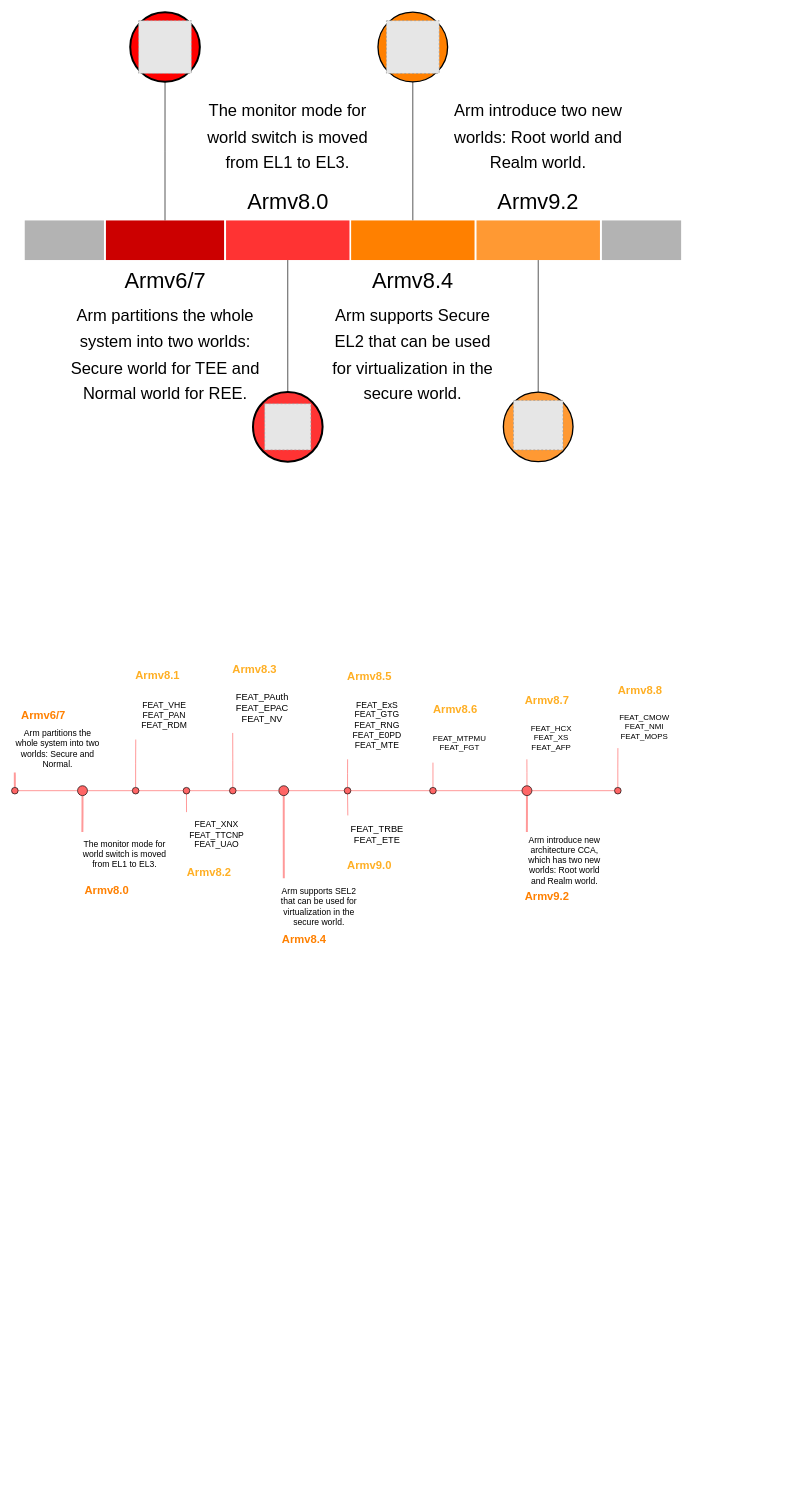
EdisonE3/vue_learn keeps this draw.io diagram as timeline.drawio. Above is the earlier version. Source tidied: cells renumbered, new cells numbered last; positions are measured from the earlier drawing's top-left corner, leaving out a move shared by most shapes. Both pictures are drawn from the tidied source at 66%, with x=0, y=0 at pixel (11, 12). Pictures stored in the file or linked from it are replaced by grey dashed boxes.
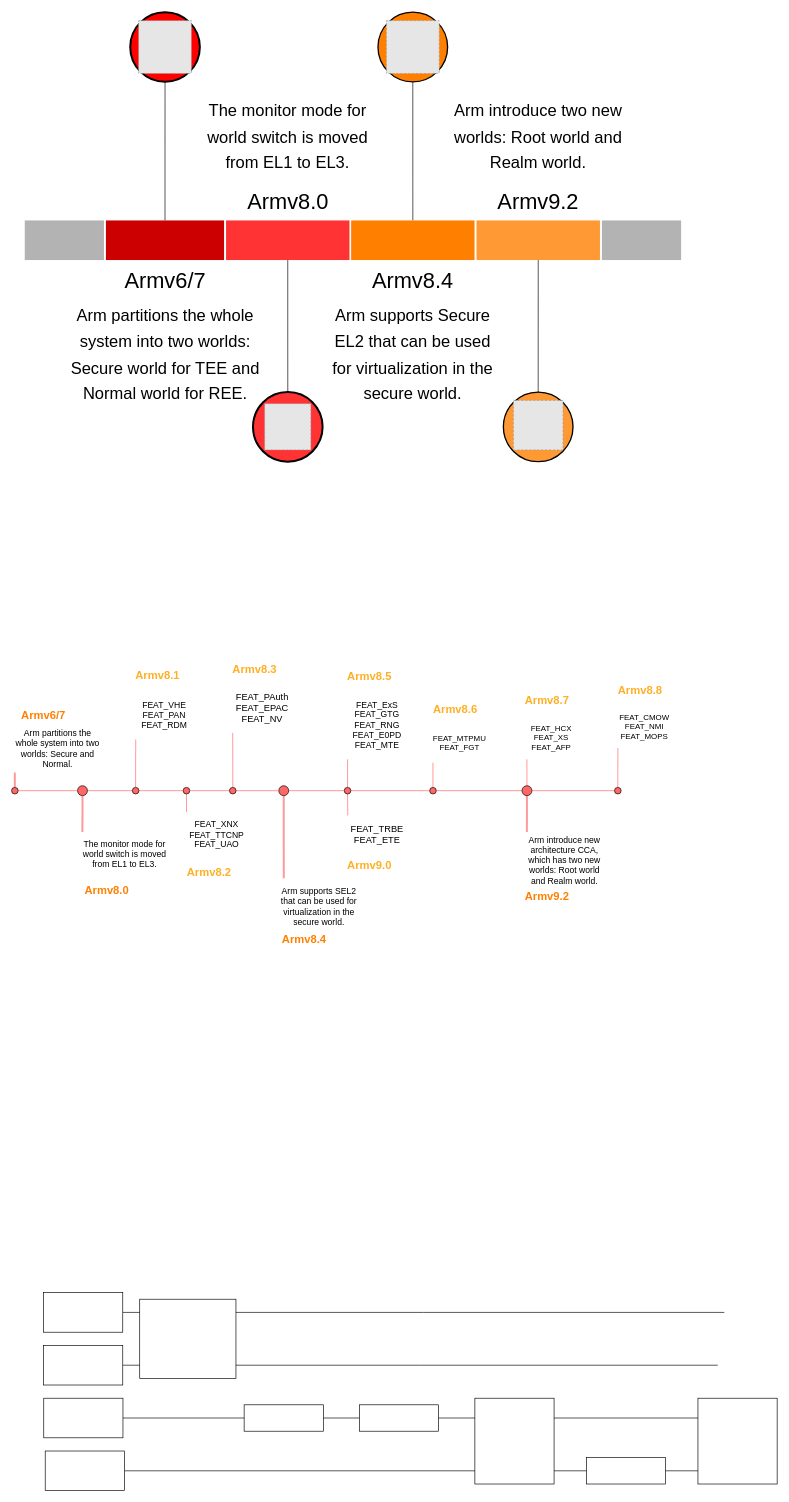
The same diagram, later.

What changed in the source:
```diff
@@
+    <mxCell id="83" style="edgeStyle=orthogonalEdgeStyle;rounded=0;jettySize=auto;html=1;exitX=1;exitY=0.5;exitDx=0;exitDy=0;endArrow=none;endFill=0;" parent="1" edge="1" source="84">
+      <mxGeometry relative="1" as="geometry">
+        <mxPoint x="1080" y="1970" as="targetPoint" />
+      </mxGeometry>
+    </mxCell>
+    <mxCell id="84" style="rounded=0;whiteSpace=wrap;html=1;" parent="1" vertex="1">
+      <mxGeometry x="48.5" y="1940" width="120" height="60" as="geometry" />
+    </mxCell>
+    <mxCell id="85" style="edgeStyle=orthogonalEdgeStyle;rounded=0;jettySize=auto;html=1;exitX=1;exitY=0.5;exitDx=0;exitDy=0;endArrow=none;endFill=0;" parent="1" edge="1" source="86">
+      <mxGeometry relative="1" as="geometry">
+        <mxPoint x="1070" y="2050" as="targetPoint" />
+      </mxGeometry>
+    </mxCell>
+    <mxCell id="86" style="rounded=0;whiteSpace=wrap;html=1;" parent="1" vertex="1">
+      <mxGeometry x="48.5" y="2020" width="120" height="60" as="geometry" />
+    </mxCell>
+    <mxCell id="87" style="edgeStyle=orthogonalEdgeStyle;rounded=0;jettySize=auto;html=1;exitX=1;exitY=0.5;exitDx=0;exitDy=0;endArrow=none;endFill=0;" parent="1" edge="1" source="88">
+      <mxGeometry relative="1" as="geometry">
+        <mxPoint x="1070" y="2130" as="targetPoint" />
+      </mxGeometry>
+    </mxCell>
+    <mxCell id="88" style="rounded=0;whiteSpace=wrap;html=1;" parent="1" vertex="1">
+      <mxGeometry x="48.8" y="2100" width="120" height="60" as="geometry" />
+    </mxCell>
+    <mxCell id="89" style="edgeStyle=orthogonalEdgeStyle;rounded=0;jettySize=auto;html=1;exitX=1;exitY=0.5;exitDx=0;exitDy=0;endArrow=none;endFill=0;" parent="1" edge="1" source="90">
+      <mxGeometry relative="1" as="geometry">
+        <mxPoint x="1070" y="2210" as="targetPoint" />
+      </mxGeometry>
+    </mxCell>
+    <mxCell id="90" style="rounded=0;whiteSpace=wrap;html=1;" parent="1" vertex="1">
+      <mxGeometry x="51" y="2180" width="120" height="60" as="geometry" />
+    </mxCell>
+    <mxCell id="91" style="rounded=0;whiteSpace=wrap;html=1;" parent="1" vertex="1">
+      <mxGeometry x="194.2" y="1950" width="145.8" height="120" as="geometry" />
+    </mxCell>
+    <mxCell id="92" style="rounded=0;whiteSpace=wrap;html=1;" parent="1" vertex="1">
+      <mxGeometry x="352.4" y="2110" width="120" height="40" as="geometry" />
+    </mxCell>
+    <mxCell id="93" style="rounded=0;whiteSpace=wrap;html=1;" parent="1" vertex="1">
+      <mxGeometry x="527" y="2110" width="120" height="40" as="geometry" />
+    </mxCell>
+    <mxCell id="94" style="rounded=0;whiteSpace=wrap;html=1;" parent="1" vertex="1">
+      <mxGeometry x="702" y="2100" width="120" height="130" as="geometry" />
+    </mxCell>
+    <mxCell id="95" style="rounded=0;whiteSpace=wrap;html=1;" parent="1" vertex="1">
+      <mxGeometry x="870.9" y="2190" width="120" height="40" as="geometry" />
+    </mxCell>
+    <mxCell id="96" style="rounded=0;whiteSpace=wrap;html=1;" parent="1" vertex="1">
+      <mxGeometry x="1040" y="2100" width="120" height="130" as="geometry" />
+    </mxCell>
```
